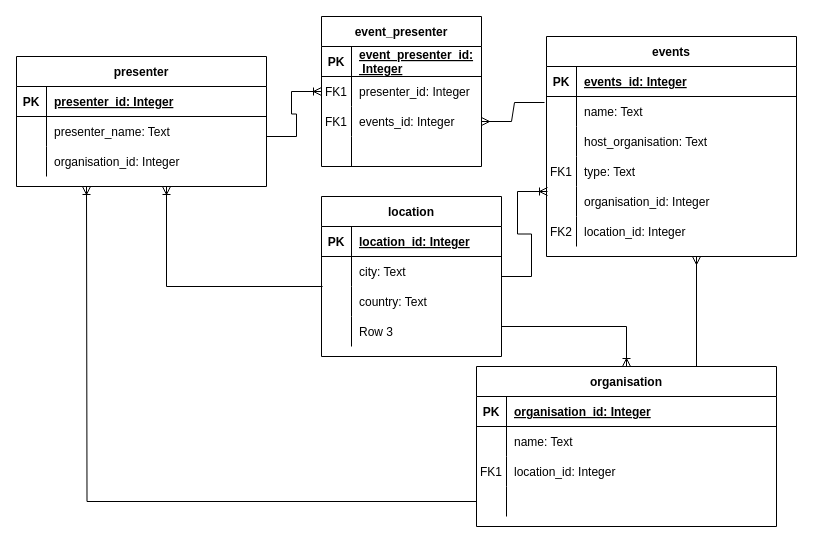
The draw.io diagram persistence/creations/event.drawio in princessjanet/COM728, before the edit. Source tidied: cells renumbered, new cells numbered last; positions are measured from the earlier drawing's top-left corner, leaving out a move shared by most shapes. Both pictures are drawn from the tidied source at 100%, with x=0, y=0 at pixel (16, 16).
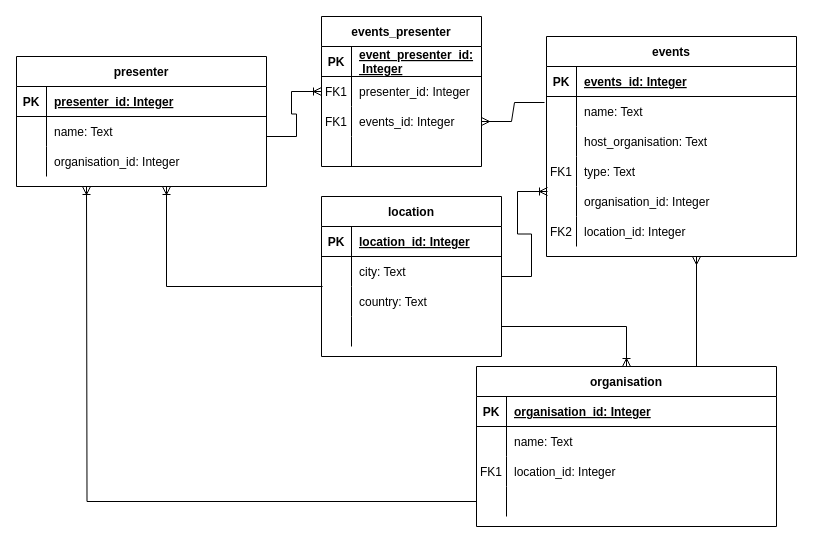
Above is the later version.

Unchanged cells that the change refers to:
```xml
<mxCell id="39" style="shape=partialRectangle;fillColor=none;top=0;left=0;right=0;bottom=0;" parent="35" vertex="1">
  <mxGeometry y="60" width="250" height="30" as="geometry" />
</mxCell>
<mxCell id="73" style="shape=partialRectangle;fillColor=none;top=0;left=0;bottom=0;right=0;" parent="63" vertex="1">
  <mxGeometry y="120" width="180" height="30" as="geometry" />
</mxCell>
```

Diff of the diagram source:
```diff
@@
-    <mxCell id="41" value="presenter_name: Text" style="shape=partialRectangle;overflow=hidden;fillColor=none;top=0;left=0;bottom=0;right=0;align=left;spacingLeft=6;" parent="39" vertex="1">
+    <mxCell id="41" value="name: Text" style="shape=partialRectangle;overflow=hidden;fillColor=none;top=0;left=0;bottom=0;right=0;align=left;spacingLeft=6;" parent="39" vertex="1">
       <mxGeometry x="30" width="220" height="30" as="geometry" />
     </mxCell>
@@
-    <mxCell id="45" value="event_presenter" style="shape=table;startSize=30;childLayout=tableLayout;rowLines=0;fontStyle=1;align=center;" parent="1" vertex="1">
+    <mxCell id="45" value="events_presenter" style="shape=table;startSize=30;childLayout=tableLayout;rowLines=0;fontStyle=1;align=center;" parent="1" vertex="1">
       <mxGeometry x="305" width="160" height="150" as="geometry" />
     </mxCell>
@@
-    <mxCell id="75" value="Row 3" style="shape=partialRectangle;fillColor=none;top=0;left=0;bottom=0;right=0;align=left;spacingLeft=6;overflow=hidden;" parent="73" vertex="1">
+    <mxCell id="75" style="shape=partialRectangle;fillColor=none;top=0;left=0;bottom=0;right=0;align=left;spacingLeft=6;overflow=hidden;" parent="73" vertex="1">
       <mxGeometry x="30" width="150" height="30" as="geometry" />
     </mxCell>
```
